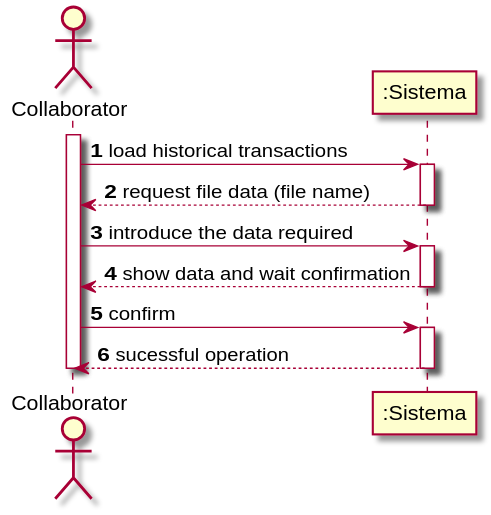
This is docs/UC5 - Regist Historical Transaction/UC5_SSD.svg from 1190452/LAPR2, a PlantUML export, as it was before one commit.
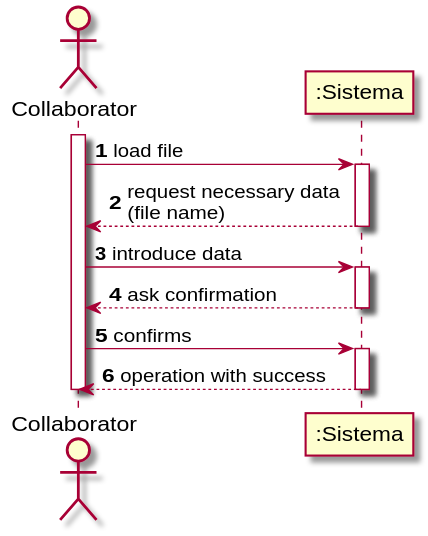
Later version of the same file.

What changed in the source:
```diff
@@ -1,22 +1,22 @@
 @startuml
 autonumber
-actor "Collaborator" as CO
+actor "Collaborator" as COL
 
-activate CO
-CO -> ":Sistema" : load historical transactions
+activate COL
+COL -> ":Sistema" : load file
 activate ":Sistema"
-":Sistema" --> CO : request file data (file name)
+":Sistema" --> COL : request necessary data \n(file name)
 deactivate ":Sistema"
 
-CO -> ":Sistema" : introduce the data required
+COL -> ":Sistema" : introduce data
 activate ":Sistema"
-":Sistema" --> CO : show data and wait confirmation
+":Sistema" --> COL : ask confirmation
 deactivate ":Sistema"
 
-CO -> ":Sistema" : confirm
+COL -> ":Sistema" : confirms
 activate ":Sistema"
-":Sistema" --> CO : sucessful operation
+":Sistema" --> COL : operation with success
 deactivate ":Sistema"
 
-deactivate CO
+deactivate COL
 @enduml
```
